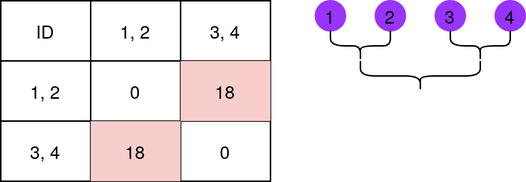
The draw.io diagram files/hc4.png in beatrizfrocha/clusters-tutorial, before a commit. Source tidied: cells renumbered, new cells last; positions are measured from the earlier drawing's top-left corner, leaving out a move shared by most shapes.
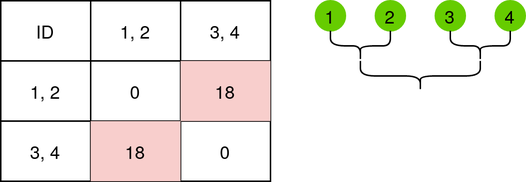
The same file after the commit.

Change to the diagram source:
```diff
@@ -2,16 +2,16 @@
   <root>
     <mxCell id="0" />
     <mxCell id="1" parent="0" />
-    <mxCell id="2" value="1" style="ellipse;whiteSpace=wrap;html=1;fillColor=#9933FF;strokeColor=#9933FF;" parent="1" vertex="1">
+    <mxCell id="2" value="1" style="ellipse;whiteSpace=wrap;html=1;fillColor=#66CC00;strokeColor=#66CC00;" parent="1" vertex="1">
       <mxGeometry x="210" width="20" height="20" as="geometry" />
     </mxCell>
-    <mxCell id="3" value="2" style="ellipse;whiteSpace=wrap;html=1;fillColor=#9933FF;strokeColor=#9933FF;" parent="1" vertex="1">
+    <mxCell id="3" value="2" style="ellipse;whiteSpace=wrap;html=1;fillColor=#66CC00;strokeColor=#66CC00;" parent="1" vertex="1">
       <mxGeometry x="250" width="20" height="20" as="geometry" />
     </mxCell>
-    <mxCell id="4" value="3" style="ellipse;whiteSpace=wrap;html=1;fillColor=#9933FF;strokeColor=#9933FF;" parent="1" vertex="1">
+    <mxCell id="4" value="3" style="ellipse;whiteSpace=wrap;html=1;fillColor=#66CC00;strokeColor=#66CC00;" parent="1" vertex="1">
       <mxGeometry x="290" width="20" height="20" as="geometry" />
     </mxCell>
-    <mxCell id="5" value="4" style="ellipse;whiteSpace=wrap;html=1;fillColor=#9933FF;strokeColor=#9933FF;" parent="1" vertex="1">
+    <mxCell id="5" value="4" style="ellipse;whiteSpace=wrap;html=1;fillColor=#66CC00;strokeColor=#66CC00;" parent="1" vertex="1">
       <mxGeometry x="330" width="20" height="20" as="geometry" />
     </mxCell>
     <mxCell id="6" style="shape=curlyBracket;whiteSpace=wrap;html=1;rounded=1;rotation=-90;" parent="1" vertex="1">
```
